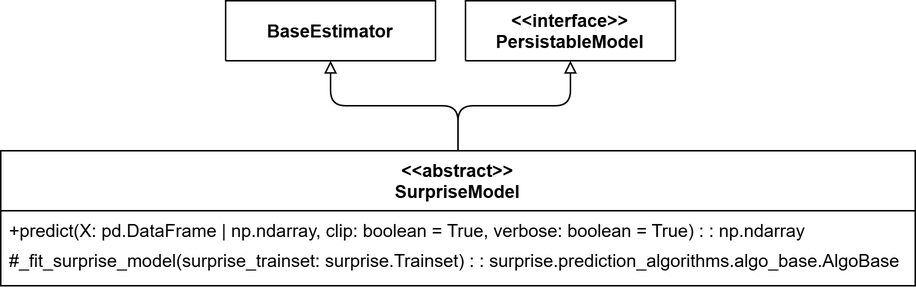
The draw.io diagram figures/UML/models/surprise_model.png in Lorenzo-Gardini/Thesis, before a commit. Source tidied: cells renumbered, new cells last; positions are measured from the earlier drawing's top-left corner, leaving out a move shared by most shapes.
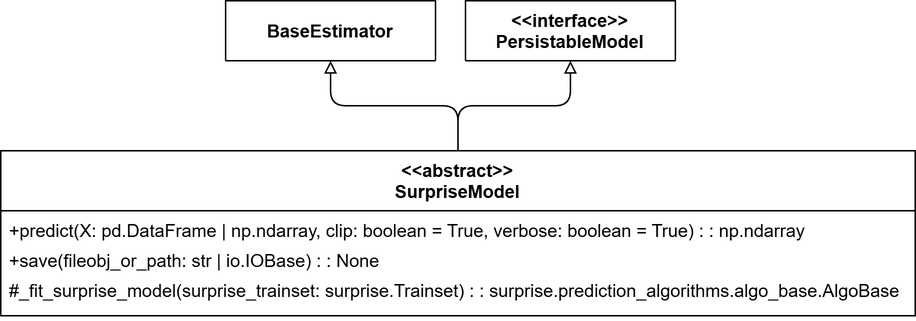
After the change.

What changed in the source:
```diff
@@ -8,20 +8,23 @@
     <mxCell id="3" style="edgeStyle=orthogonalEdgeStyle;rounded=1;jettySize=auto;html=1;entryX=0.5;entryY=1;entryDx=0;entryDy=0;endArrow=block;endFill=0;curved=0;" parent="1" edge="1" source="5" target="2">
       <mxGeometry relative="1" as="geometry" />
     </mxCell>
-    <mxCell id="4" style="edgeStyle=orthogonalEdgeStyle;rounded=1;jettySize=auto;html=1;entryX=0.5;entryY=1;entryDx=0;entryDy=0;endArrow=block;endFill=0;curved=0;" parent="1" edge="1" source="5" target="8">
+    <mxCell id="4" style="edgeStyle=orthogonalEdgeStyle;rounded=1;jettySize=auto;html=1;entryX=0.5;entryY=1;entryDx=0;entryDy=0;endArrow=block;endFill=0;curved=0;" parent="1" edge="1" source="5" target="9">
       <mxGeometry relative="1" as="geometry" />
     </mxCell>
     <mxCell id="5" value="&lt;&lt;abstract&gt;&gt;&#10;SurpriseModel" style="swimlane;fontStyle=1;align=center;verticalAlign=top;horizontal=1;startSize=40;" parent="1" vertex="1">
-      <mxGeometry y="100" width="610" height="90" as="geometry" />
+      <mxGeometry y="100" width="610" height="110" as="geometry" />
     </mxCell>
     <mxCell id="6" value="+predict(X: pd.DataFrame | np.ndarray, clip: boolean = True, verbose: boolean = True) : : np.ndarray" style="text;strokeColor=none;fillColor=none;align=left;verticalAlign=top;spacingLeft=4;spacingRight=4;overflow=hidden;" parent="5" vertex="1">
       <mxGeometry y="40" width="610" height="20" as="geometry" />
     </mxCell>
-    <mxCell id="7" value="#_fit_surprise_model(surprise_trainset: surprise.Trainset) : : surprise.prediction_algorithms.algo_base.AlgoBase" style="text;strokeColor=none;fillColor=none;align=left;verticalAlign=top;spacingLeft=4;spacingRight=4;overflow=hidden;fontStyle=0;" parent="5" vertex="1">
-      <mxGeometry y="60" width="610" height="30" as="geometry" />
+    <mxCell id="7" value="+save(fileobj_or_path: str | io.IOBase) : : None" style="text;strokeColor=none;fillColor=none;align=left;verticalAlign=top;spacingLeft=4;spacingRight=4;overflow=hidden;" parent="5" vertex="1">
+      <mxGeometry y="60" width="610" height="20" as="geometry" />
     </mxCell>
-    <mxCell id="8" value="BaseEstimator" style="swimlane;fontStyle=1;align=center;verticalAlign=middle;horizontal=1;startSize=43;" parent="1" vertex="1">
-      <mxGeometry x="150" width="140" height="40" as="geometry" />
+    <mxCell id="8" value="#_fit_surprise_model(surprise_trainset: surprise.Trainset) : : surprise.prediction_algorithms.algo_base.AlgoBase" style="text;strokeColor=none;fillColor=none;align=left;verticalAlign=top;spacingLeft=4;spacingRight=4;overflow=hidden;points=[[0,0.5],[1,0.5]];portConstraint=eastwest;fontStyle=0;" parent="5" vertex="1">
+      <mxGeometry y="80" width="610" height="30" as="geometry" />
     </mxCell>
+    <mxCell id="9" value="BaseEstimator" style="swimlane;fontStyle=1;align=center;verticalAlign=middle;horizontal=1;startSize=43;" parent="1" vertex="1">
+      <mxGeometry x="150" width="140" height="40" as="geometry" />
+    </mxCell>
   </root>
 </mxGraphModel>
```
